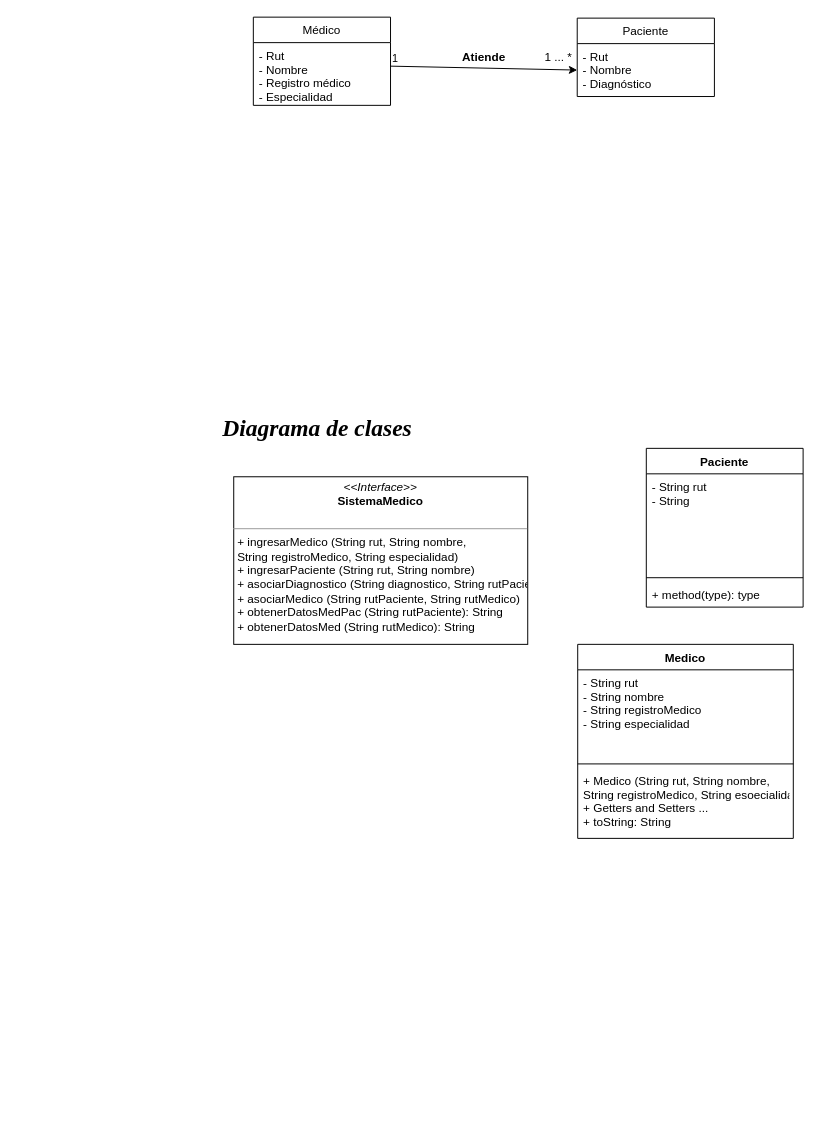
HowLonely/Diagrams keeps this draw.io diagram as Untitled Diagram.drawio. Above is the earlier version. Source tidied: cells renumbered, new cells numbered last; positions are measured from the earlier drawing's top-left corner, leaving out a move shared by most shapes. Both pictures are drawn from the tidied source at 98%, with x=0, y=0 at pixel (233, 17).
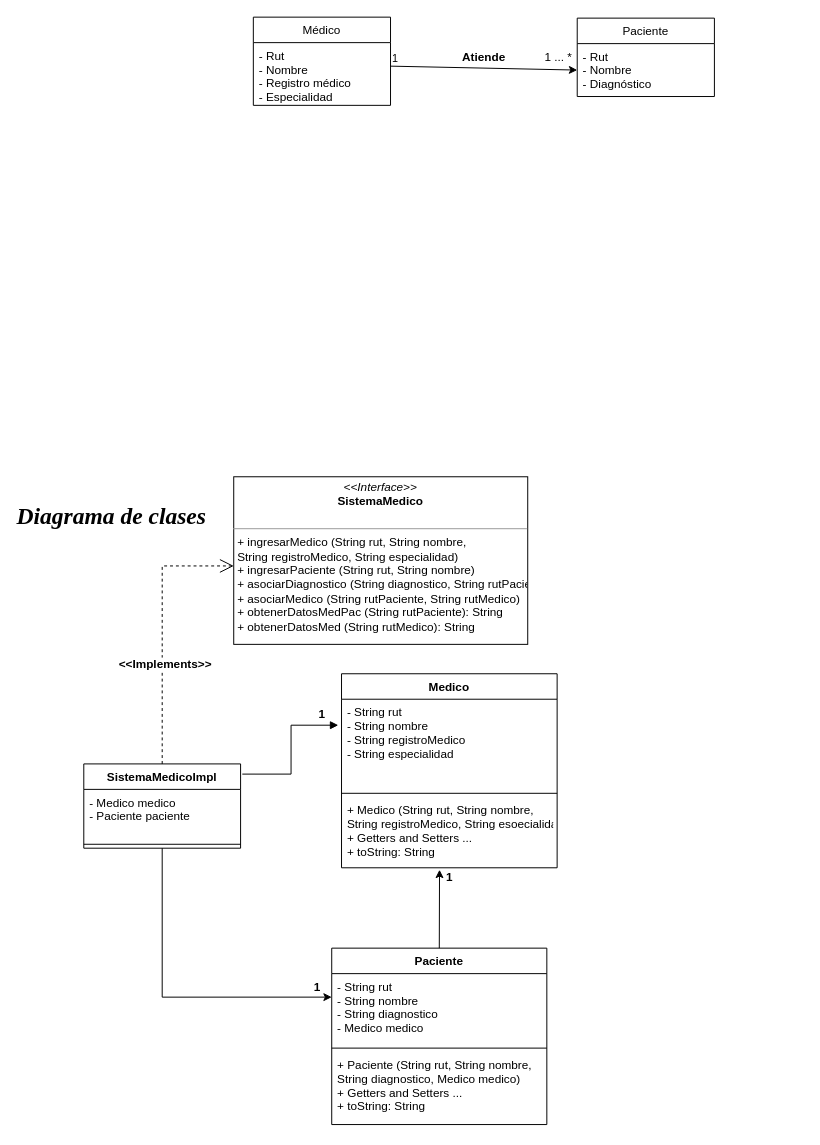
The same page after the edit.

The change refers to these unchanged cells:
```xml
<mxCell id="11" value="- String rut&#10;- String nombre&#10;- String registroMedico&#10;- String especialidad" style="text;strokeColor=none;fillColor=none;align=left;verticalAlign=top;spacingLeft=4;spacingRight=4;overflow=hidden;points=[[0,0.5],[1,0.5]];portConstraint=eastwest;" parent="10" vertex="1">
  <mxGeometry y="26" width="220" height="92" as="geometry" />
</mxCell>
```

The edit, as a diff of the source:
```diff
@@
     <mxCell id="10" value="Medico" style="swimlane;fontStyle=1;align=center;verticalAlign=top;horizontal=1;startSize=26;" parent="1" vertex="1">
-      <mxGeometry x="351" y="640" width="220" height="198" as="geometry" />
+      <mxGeometry x="110" y="670" width="220" height="198" as="geometry" />
     </mxCell>
@@
     <mxCell id="14" value="&lt;font face=&quot;Garamond&quot; style=&quot;font-size: 24px;&quot;&gt;&lt;b style=&quot;&quot;&gt;&lt;i style=&quot;&quot;&gt;Diagrama de clases&lt;/i&gt;&lt;/b&gt;&lt;/font&gt;" style="text;html=1;align=center;verticalAlign=middle;strokeColor=none;fillColor=none;" parent="1" vertex="1">
-      <mxGeometry y="410" width="170" height="20" as="geometry" />
+      <mxGeometry x="-210" y="500" width="170" height="20" as="geometry" />
     </mxCell>
@@
     <mxCell id="16" value="Paciente" style="swimlane;fontStyle=1;align=center;verticalAlign=top;horizontal=1;startSize=26;fontFamily=Helvetica;fontSize=12;fontColor=default;strokeColor=default;fillColor=default;" parent="1" vertex="1">
-      <mxGeometry x="421" y="440" width="160" height="162" as="geometry" />
+      <mxGeometry x="100" y="950" width="219.5" height="180" as="geometry" />
     </mxCell>
-    <mxCell id="17" value="- String rut&#10;- String" style="text;strokeColor=none;fillColor=none;align=left;verticalAlign=top;spacingLeft=4;spacingRight=4;overflow=hidden;points=[[0,0.5],[1,0.5]];portConstraint=eastwest;fontFamily=Helvetica;fontSize=12;fontColor=default;startSize=26;" parent="16" vertex="1">
-      <mxGeometry y="26" width="160" height="102" as="geometry" />
+    <mxCell id="17" value="- String rut&#10;- String nombre&#10;- String diagnostico&#10;- Medico medico" style="text;strokeColor=none;fillColor=none;align=left;verticalAlign=top;spacingLeft=4;spacingRight=4;overflow=hidden;points=[[0,0.5],[1,0.5]];portConstraint=eastwest;fontFamily=Helvetica;fontSize=12;fontColor=default;startSize=26;" parent="16" vertex="1">
+      <mxGeometry y="26" width="219.5" height="72" as="geometry" />
     </mxCell>
     <mxCell id="18" style="line;strokeWidth=1;fillColor=none;align=left;verticalAlign=middle;spacingTop=-1;spacingLeft=3;spacingRight=3;labelPosition=right;fontFamily=Helvetica;fontSize=12;fontColor=default;startSize=26;" parent="16" vertex="1">
-      <mxGeometry y="128" width="160" height="8" as="geometry" />
+      <mxGeometry y="98" width="219.5" height="8" as="geometry" />
     </mxCell>
-    <mxCell id="19" value="+ method(type): type" style="text;strokeColor=none;fillColor=none;align=left;verticalAlign=top;spacingLeft=4;spacingRight=4;overflow=hidden;fontFamily=Helvetica;fontSize=12;fontColor=default;startSize=26;" parent="16" vertex="1">
-      <mxGeometry y="136" width="160" height="26" as="geometry" />
+    <mxCell id="19" value="+ Paciente (String rut, String nombre,&#10;String diagnostico, Medico medico)&#10;+ Getters and Setters ...&#10;+ toString: String" style="text;strokeColor=none;fillColor=none;align=left;verticalAlign=top;spacingLeft=4;spacingRight=4;overflow=hidden;fontFamily=Helvetica;fontSize=12;fontColor=default;startSize=26;" parent="16" vertex="1">
+      <mxGeometry y="106" width="219.5" height="74" as="geometry" />
     </mxCell>
+    <mxCell id="20" value="SistemaMedicoImpl" style="swimlane;fontStyle=1;align=center;verticalAlign=top;horizontal=1;startSize=26;fontFamily=Helvetica;fontSize=12;fontColor=default;strokeColor=default;fillColor=default;" parent="1" vertex="1">
+      <mxGeometry x="-153" y="762" width="160" height="86" as="geometry" />
+    </mxCell>
+    <mxCell id="21" value="- Medico medico&#10;- Paciente paciente" style="text;strokeColor=none;fillColor=none;align=left;verticalAlign=top;spacingLeft=4;spacingRight=4;overflow=hidden;fontFamily=Helvetica;fontSize=12;fontColor=default;startSize=26;" parent="20" vertex="1">
+      <mxGeometry y="26" width="160" height="52" as="geometry" />
+    </mxCell>
+    <mxCell id="22" style="line;strokeWidth=1;fillColor=none;align=left;verticalAlign=middle;spacingTop=-1;spacingLeft=3;spacingRight=3;labelPosition=right;fontFamily=Helvetica;fontSize=12;fontColor=default;startSize=26;" parent="20" vertex="1">
+      <mxGeometry y="78" width="160" height="8" as="geometry" />
+    </mxCell>
+    <mxCell id="23" value="&lt;b&gt;&amp;lt;&amp;lt;Implements&amp;gt;&amp;gt;&lt;/b&gt;" style="endArrow=open;endSize=12;dashed=1;html=1;rounded=0;fontFamily=Helvetica;fontSize=12;fontColor=default;exitX=0.5;exitY=0;exitDx=0;exitDy=0;" parent="1" edge="1" source="20">
+      <mxGeometry x="-0.26" y="-3" relative="1" as="geometry">
+        <mxPoint y="560" as="targetPoint" />
+        <Array as="points">
+          <mxPoint x="-73" y="560" />
+        </Array>
+        <mxPoint y="1" as="offset" />
+      </mxGeometry>
+    </mxCell>
+    <mxCell id="24" style="endArrow=block;endFill=1;html=1;edgeStyle=orthogonalEdgeStyle;align=left;verticalAlign=top;rounded=0;fontFamily=Helvetica;fontSize=12;fontColor=default;startSize=26;exitX=1.011;exitY=0.121;exitDx=0;exitDy=0;entryX=-0.015;entryY=0.288;entryDx=0;entryDy=0;entryPerimeter=0;exitPerimeter=0;" parent="1" edge="1" source="20" target="11">
+      <mxGeometry x="-1" relative="1" as="geometry" />
+    </mxCell>
+    <mxCell id="25" value="&lt;b&gt;1&lt;/b&gt;" style="edgeLabel;html=1;align=left;verticalAlign=bottom;fontFamily=Helvetica;fontSize=12;fontColor=default;startSize=26;strokeColor=default;fillColor=default;" parent="24" vertex="1">
+      <mxGeometry x="-1" relative="1" as="geometry">
+        <mxPoint x="76" y="-52" as="offset" />
+      </mxGeometry>
+    </mxCell>
+    <mxCell id="26" style="endArrow=classic;html=1;rounded=0;fontFamily=Helvetica;fontSize=12;fontColor=default;startSize=26;exitX=0.5;exitY=1;exitDx=0;exitDy=0;entryX=0;entryY=0.333;entryDx=0;entryDy=0;entryPerimeter=0;" parent="1" edge="1" source="20" target="17">
+      <mxGeometry relative="1" as="geometry">
+        <Array as="points">
+          <mxPoint x="-73" y="1000" />
+        </Array>
+      </mxGeometry>
+    </mxCell>
+    <mxCell id="27" value="&lt;b&gt;1&lt;/b&gt;" style="text;html=1;align=center;verticalAlign=middle;strokeColor=none;fillColor=none;fontSize=12;fontFamily=Helvetica;fontColor=default;" parent="1" vertex="1">
+      <mxGeometry x="75" y="980" width="20" height="20" as="geometry" />
+    </mxCell>
+    <mxCell id="28" style="endArrow=classic;html=1;rounded=0;fontFamily=Helvetica;fontSize=12;fontColor=default;startSize=26;exitX=0.5;exitY=0;exitDx=0;exitDy=0;" parent="1" edge="1" source="16">
+      <mxGeometry relative="1" as="geometry">
+        <mxPoint x="210" y="870" as="targetPoint" />
+      </mxGeometry>
+    </mxCell>
+    <mxCell id="29" value="&lt;b&gt;1&lt;/b&gt;" style="text;html=1;align=center;verticalAlign=middle;strokeColor=none;fillColor=none;fontSize=12;fontFamily=Helvetica;fontColor=default;" parent="1" vertex="1">
+      <mxGeometry x="210" y="868" width="20" height="20" as="geometry" />
+    </mxCell>
```
